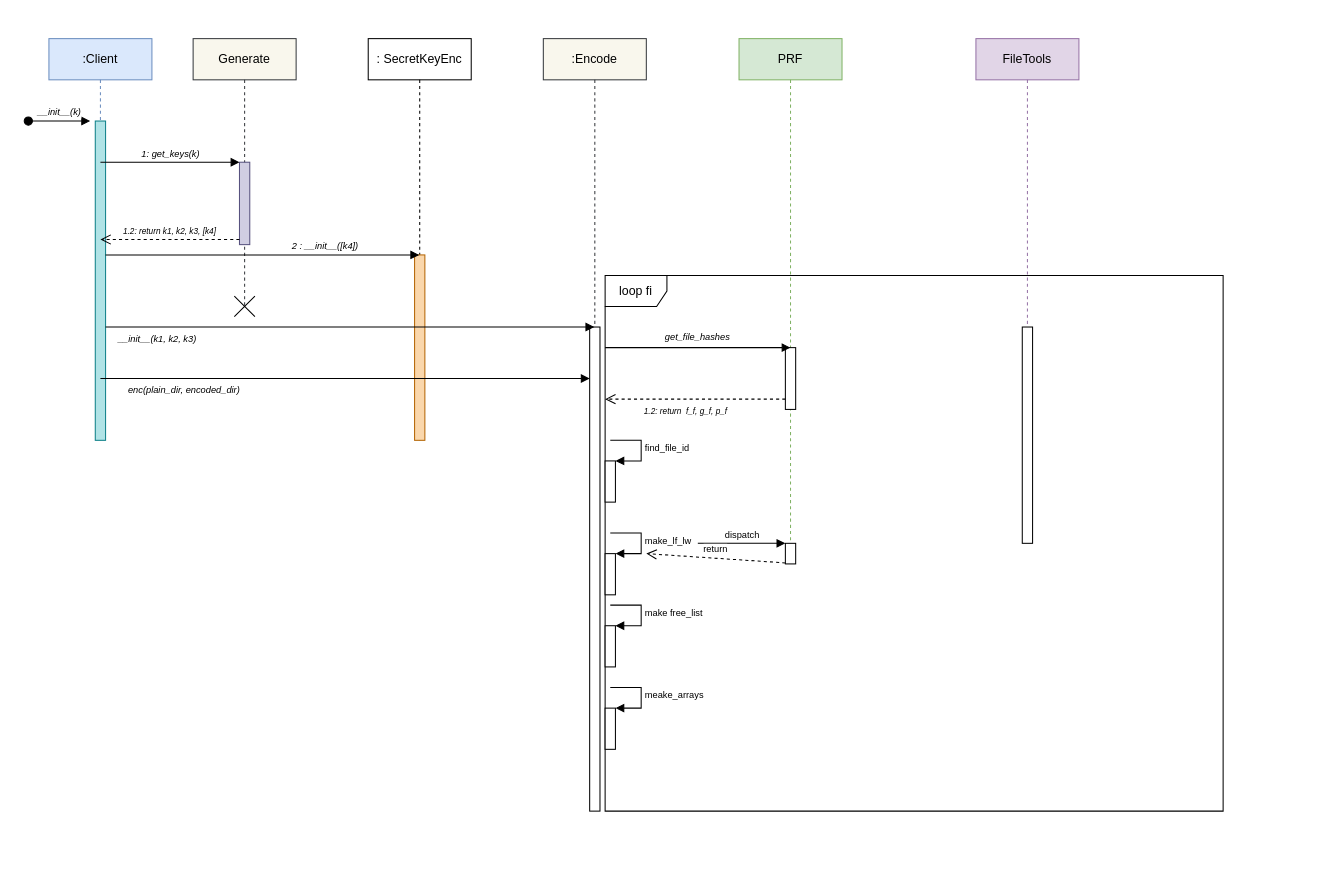
Above: diagrams/client-enc.drawio in thisisel/dynamic-sse (draw.io), before the change. Source tidied: cells renumbered, new cells numbered last; positions are measured from the earlier drawing's top-left corner, leaving out a move shared by most shapes. Both pictures are drawn from the tidied source at 103%, with x=0, y=0 at pixel (28, 38).
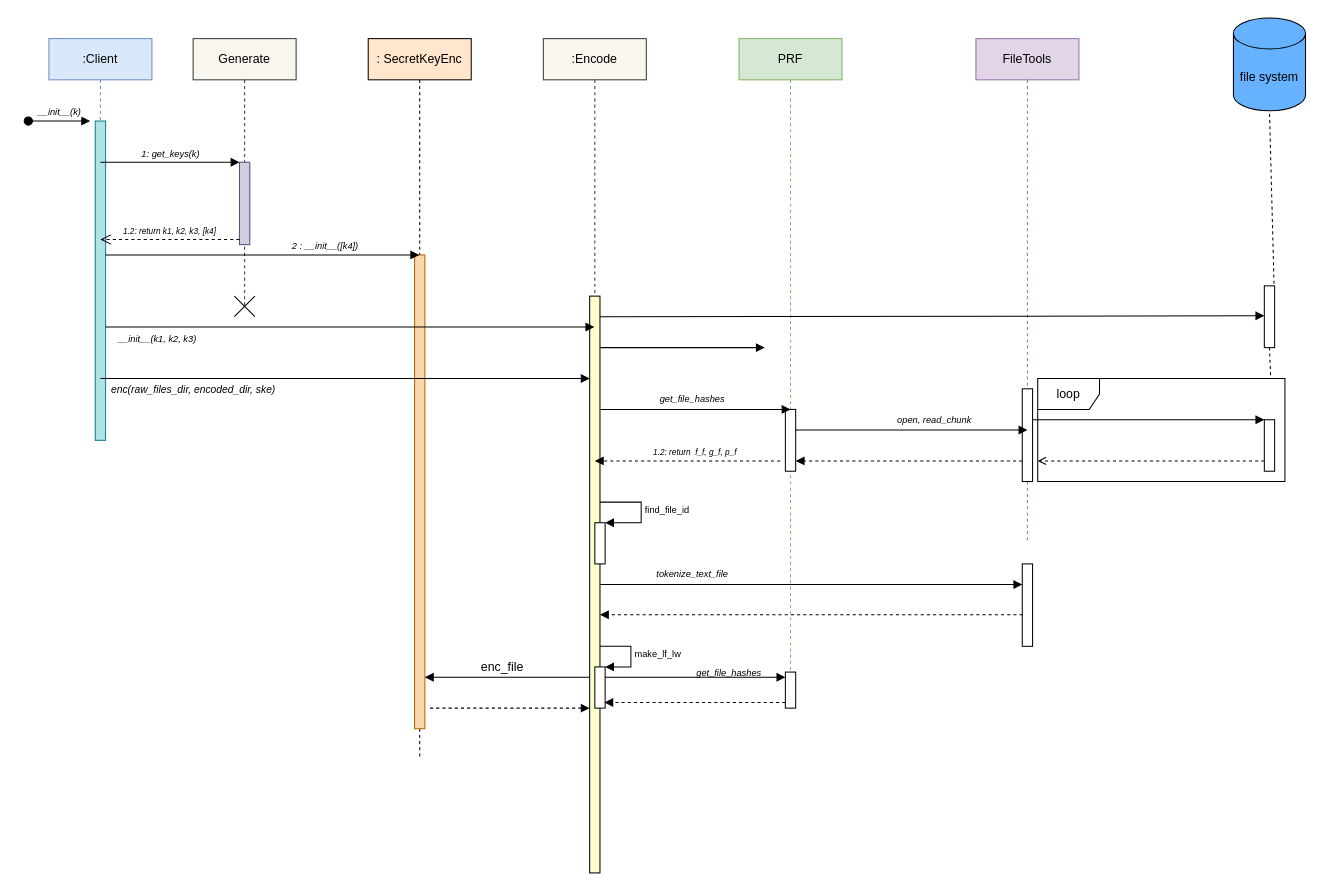
The same page after the edit.

Commit message:
:lipstick: updated enc-sequence diagram

The change refers to these unchanged cells:
```xml
<mxCell id="13" value=":Encode" style="shape=umlLifeline;perimeter=lifelinePerimeter;whiteSpace=wrap;html=1;outlineConnect=0;portConstraint=eastwest;newEdgeStyle={&quot;edgeStyle&quot;:&quot;elbowEdgeStyle&quot;,&quot;elbow&quot;:&quot;vertical&quot;,&quot;curved&quot;:0,&quot;rounded&quot;:0};fillColor=#f9f7ed;strokeColor=#36393d;" parent="1" vertex="1">
  <mxGeometry x="500" width="100" height="750" as="geometry" />
</mxCell>
<mxCell id="18" value="FileTools" style="shape=umlLifeline;perimeter=lifelinePerimeter;whiteSpace=wrap;html=1;newEdgeStyle={&quot;edgeStyle&quot;:&quot;elbowEdgeStyle&quot;,&quot;elbow&quot;:&quot;vertical&quot;,&quot;curved&quot;:0,&quot;rounded&quot;:0};fillColor=#e1d5e7;strokeColor=#9673a6;" parent="1" vertex="1">
  <mxGeometry x="920" width="100" height="490" as="geometry" />
</mxCell>
```

The edit, as a diff of the source:
```diff
@@
-    <mxCell id="2" value="loop fi" style="shape=umlFrame;whiteSpace=wrap;html=1;" parent="1" vertex="1">
-      <mxGeometry x="560" y="230" width="600" height="520" as="geometry" />
-    </mxCell>
+    <mxCell id="36" value="loop" style="shape=umlFrame;whiteSpace=wrap;html=1;" parent="1" vertex="1">
+      <mxGeometry x="980" y="330" width="240" height="100" as="geometry" />
+    </mxCell>
@@
-    <mxCell id="10" value="&lt;font style=&quot;font-size: 12px;&quot;&gt;: SecretKeyEnc&lt;/font&gt;" style="shape=umlLifeline;perimeter=lifelinePerimeter;whiteSpace=wrap;html=1;outlineConnect=0;portConstraint=eastwest;newEdgeStyle={&quot;edgeStyle&quot;:&quot;elbowEdgeStyle&quot;,&quot;elbow&quot;:&quot;vertical&quot;,&quot;curved&quot;:0,&quot;rounded&quot;:0};" parent="1" vertex="1">
-      <mxGeometry x="330" width="100" height="390" as="geometry" />
+    <mxCell id="10" value="&lt;font style=&quot;font-size: 12px;&quot;&gt;: SecretKeyEnc&lt;/font&gt;" style="shape=umlLifeline;perimeter=lifelinePerimeter;whiteSpace=wrap;html=1;outlineConnect=0;portConstraint=eastwest;newEdgeStyle={&quot;edgeStyle&quot;:&quot;elbowEdgeStyle&quot;,&quot;elbow&quot;:&quot;vertical&quot;,&quot;curved&quot;:0,&quot;rounded&quot;:0};fillColor=#FFE6CC;" parent="1" vertex="1">
+      <mxGeometry x="330" width="100" height="700" as="geometry" />
     </mxCell>
     <mxCell id="11" style="html=1;points=[];perimeter=orthogonalPerimeter;outlineConnect=0;targetShapes=umlLifeline;portConstraint=eastwest;newEdgeStyle={&quot;edgeStyle&quot;:&quot;elbowEdgeStyle&quot;,&quot;elbow&quot;:&quot;vertical&quot;,&quot;curved&quot;:0,&quot;rounded&quot;:0};fillColor=#fad7ac;strokeColor=#b46504;" parent="10" vertex="1">
-      <mxGeometry x="45" y="210" width="10" height="180" as="geometry" />
+      <mxGeometry x="45" y="210" width="10" height="460" as="geometry" />
     </mxCell>
@@
-    <mxCell id="14" style="html=1;points=[];perimeter=orthogonalPerimeter;outlineConnect=0;targetShapes=umlLifeline;portConstraint=eastwest;newEdgeStyle={&quot;edgeStyle&quot;:&quot;elbowEdgeStyle&quot;,&quot;elbow&quot;:&quot;vertical&quot;,&quot;curved&quot;:0,&quot;rounded&quot;:0};" parent="13" vertex="1">
-      <mxGeometry x="45" y="280" width="10" height="470" as="geometry" />
+    <mxCell id="14" style="html=1;points=[];perimeter=orthogonalPerimeter;outlineConnect=0;targetShapes=umlLifeline;portConstraint=eastwest;newEdgeStyle={&quot;edgeStyle&quot;:&quot;elbowEdgeStyle&quot;,&quot;elbow&quot;:&quot;vertical&quot;,&quot;curved&quot;:0,&quot;rounded&quot;:0};fillColor=#FFFFCC;" parent="13" vertex="1">
+      <mxGeometry x="45" y="250" width="10" height="560" as="geometry" />
     </mxCell>
@@
-    <mxCell id="17" value="&lt;i&gt;&lt;font style=&quot;font-size: 9px;&quot;&gt;enc(plain_dir, encoded_dir)&lt;/font&gt;&lt;/i&gt;" style="html=1;verticalAlign=bottom;endArrow=block;edgeStyle=elbowEdgeStyle;elbow=vertical;curved=0;rounded=0;" parent="1" edge="1">
-      <mxGeometry x="-0.66" y="-20" relative="1" as="geometry">
+    <mxCell id="17" value="&lt;font size=&quot;1&quot;&gt;&lt;i&gt;enc(raw_files_dir, encoded_dir, ske)&lt;/i&gt;&lt;/font&gt;" style="html=1;verticalAlign=bottom;endArrow=block;edgeStyle=elbowEdgeStyle;elbow=vertical;curved=0;rounded=0;" parent="1" edge="1">
+      <mxGeometry x="-0.62" y="-20" relative="1" as="geometry">
         <mxPoint x="70" y="330" as="sourcePoint" />
         <mxPoint x="545" y="330" as="targetPoint" />
         <Array as="points">
           <mxPoint x="185" y="330" />
         </Array>
       </mxGeometry>
     </mxCell>
@@
     <mxCell id="19" style="html=1;points=[];perimeter=orthogonalPerimeter;outlineConnect=0;targetShapes=umlLifeline;portConstraint=eastwest;newEdgeStyle={&quot;edgeStyle&quot;:&quot;elbowEdgeStyle&quot;,&quot;elbow&quot;:&quot;vertical&quot;,&quot;curved&quot;:0,&quot;rounded&quot;:0};" parent="18" vertex="1">
-      <mxGeometry x="45" y="280" width="10" height="210" as="geometry" />
+      <mxGeometry x="45" y="340" width="10" height="90" as="geometry" />
     </mxCell>
     <mxCell id="20" value="PRF" style="shape=umlLifeline;perimeter=lifelinePerimeter;whiteSpace=wrap;html=1;newEdgeStyle={&quot;edgeStyle&quot;:&quot;elbowEdgeStyle&quot;,&quot;elbow&quot;:&quot;vertical&quot;,&quot;curved&quot;:0,&quot;rounded&quot;:0};fillColor=#d5e8d4;strokeColor=#82b366;" parent="1" vertex="1">
-      <mxGeometry x="690" width="100" height="490" as="geometry" />
+      <mxGeometry x="690" width="100" height="640" as="geometry" />
     </mxCell>
     <mxCell id="21" style="html=1;points=[];perimeter=orthogonalPerimeter;outlineConnect=0;targetShapes=umlLifeline;portConstraint=eastwest;newEdgeStyle={&quot;edgeStyle&quot;:&quot;elbowEdgeStyle&quot;,&quot;elbow&quot;:&quot;vertical&quot;,&quot;curved&quot;:0,&quot;rounded&quot;:0};" parent="20" vertex="1">
-      <mxGeometry x="45" y="300" width="10" height="60" as="geometry" />
+      <mxGeometry x="45" y="360" width="10" height="60" as="geometry" />
     </mxCell>
-    <mxCell id="22" style="html=1;verticalAlign=bottom;labelBackgroundColor=none;endArrow=block;endFill=1;entryX=0.5;entryY=0;entryDx=0;entryDy=0;entryPerimeter=0;" parent="1" edge="1" target="21">
+    <mxCell id="22" style="html=1;verticalAlign=bottom;labelBackgroundColor=none;endArrow=block;endFill=1;entryX=0.5;entryY=0;entryDx=0;entryDy=0;entryPerimeter=0;" parent="1" edge="1" source="14" target="21">
       <mxGeometry relative="1" as="geometry">
-        <mxPoint x="560" y="300" as="sourcePoint" />
+        <Array as="points">
+          <mxPoint x="570" y="360" />
+          <mxPoint x="720" y="360" />
+        </Array>
       </mxGeometry>
     </mxCell>
-    <mxCell id="23" value="&lt;i&gt;&lt;font style=&quot;font-size: 8px;&quot;&gt;1.2: return&amp;nbsp; f_f, g_f, p_f&lt;/font&gt;&lt;/i&gt;" style="html=1;verticalAlign=bottom;endArrow=open;dashed=1;endSize=8;edgeStyle=elbowEdgeStyle;elbow=vertical;curved=0;rounded=0;" parent="1" edge="1" source="21">
-      <mxGeometry x="0.11" y="20" relative="1" as="geometry">
-        <mxPoint x="560" y="350" as="targetPoint" />
-        <Array as="points">
-          <mxPoint x="570" y="350" />
-        </Array>
-      </mxGeometry>
-    </mxCell>
     <mxCell id="24" value="get_file_hashes" style="text;align=center;verticalAlign=middle;dashed=0;fontSize=9;fontStyle=2;" parent="1" vertex="1">
-      <mxGeometry x="580" y="270" width="140" height="40" as="geometry" />
+      <mxGeometry x="575" y="330" width="140" height="40" as="geometry" />
     </mxCell>
     <mxCell id="25" style="html=1;points=[];perimeter=orthogonalPerimeter;fontSize=9;" parent="1" vertex="1">
-      <mxGeometry x="560" y="410" width="10" height="40" as="geometry" />
+      <mxGeometry x="550" y="470" width="10" height="40" as="geometry" />
     </mxCell>
-    <mxCell id="26" value="find_file_id" style="edgeStyle=orthogonalEdgeStyle;html=1;align=left;spacingLeft=2;endArrow=block;rounded=0;entryX=1;entryY=0;fontSize=9;" parent="1" edge="1" target="25">
+    <mxCell id="26" value="find_file_id" style="edgeStyle=orthogonalEdgeStyle;html=1;align=left;spacingLeft=2;endArrow=block;rounded=0;entryX=1;entryY=0;fontSize=9;" parent="1" edge="1" source="14" target="25">
       <mxGeometry relative="1" as="geometry">
-        <mxPoint x="565" y="390" as="sourcePoint" />
         <Array as="points">
-          <mxPoint x="595" y="390" />
+          <mxPoint x="595" y="450" />
+          <mxPoint x="595" y="470" />
         </Array>
       </mxGeometry>
     </mxCell>
     <mxCell id="27" style="html=1;points=[];perimeter=orthogonalPerimeter;fontSize=9;" parent="1" vertex="1">
-      <mxGeometry x="560" y="500" width="10" height="40" as="geometry" />
+      <mxGeometry x="550" y="610" width="10" height="40" as="geometry" />
     </mxCell>
     <mxCell id="28" value="make_lf_lw" style="edgeStyle=orthogonalEdgeStyle;html=1;align=left;spacingLeft=2;endArrow=block;rounded=0;entryX=1;entryY=0;fontSize=9;" parent="1" edge="1" target="27">
       <mxGeometry relative="1" as="geometry">
-        <mxPoint x="565" y="480" as="sourcePoint" />
+        <mxPoint x="555" y="590" as="sourcePoint" />
         <Array as="points">
-          <mxPoint x="595" y="480" />
+          <mxPoint x="585" y="590" />
         </Array>
       </mxGeometry>
     </mxCell>
-    <mxCell id="29" style="html=1;points=[];perimeter=orthogonalPerimeter;fontSize=9;" parent="1" vertex="1">
-      <mxGeometry x="560" y="570" width="10" height="40" as="geometry" />
-    </mxCell>
-    <mxCell id="30" value="make free_list" style="edgeStyle=orthogonalEdgeStyle;html=1;align=left;spacingLeft=2;endArrow=block;rounded=0;entryX=1;entryY=0;fontSize=9;" parent="1" edge="1" target="29">
-      <mxGeometry relative="1" as="geometry">
-        <mxPoint x="565" y="550" as="sourcePoint" />
-        <Array as="points">
-          <mxPoint x="595" y="550" />
-        </Array>
-      </mxGeometry>
-    </mxCell>
-    <mxCell id="31" style="html=1;points=[];perimeter=orthogonalPerimeter;fontSize=9;" parent="1" vertex="1">
-      <mxGeometry x="560" y="650" width="10" height="40" as="geometry" />
-    </mxCell>
-    <mxCell id="32" value="meake_arrays" style="edgeStyle=orthogonalEdgeStyle;html=1;align=left;spacingLeft=2;endArrow=block;rounded=0;entryX=1;entryY=0;fontSize=9;" parent="1" edge="1" target="31">
-      <mxGeometry relative="1" as="geometry">
-        <mxPoint x="565" y="630" as="sourcePoint" />
-        <Array as="points">
-          <mxPoint x="595" y="630" />
-        </Array>
-      </mxGeometry>
-    </mxCell>
-    <mxCell id="33" style="html=1;points=[];perimeter=orthogonalPerimeter;fontSize=9;" parent="1" vertex="1">
-      <mxGeometry x="735" y="490" width="10" height="20" as="geometry" />
-    </mxCell>
-    <mxCell id="34" value="dispatch" style="html=1;verticalAlign=bottom;endArrow=block;entryX=0;entryY=0;fontSize=9;" parent="1" edge="1" target="33">
-      <mxGeometry relative="1" as="geometry">
-        <mxPoint x="650" y="490" as="sourcePoint" />
-      </mxGeometry>
-    </mxCell>
-    <mxCell id="35" value="return" style="html=1;verticalAlign=bottom;endArrow=open;dashed=1;endSize=8;exitX=0;exitY=0.95;fontSize=9;" parent="1" edge="1" source="33">
-      <mxGeometry relative="1" as="geometry">
-        <mxPoint x="600" y="500" as="targetPoint" />
-      </mxGeometry>
-    </mxCell>
+    <mxCell id="37" value="&lt;font style=&quot;font-size: 12px;&quot;&gt;file system&lt;/font&gt;" style="shape=cylinder3;whiteSpace=wrap;html=1;boundedLbl=1;backgroundOutline=1;size=15;fillColor=#66B2FF;" parent="1" vertex="1">
+      <mxGeometry x="1170" y="-20" width="70" height="90" as="geometry" />
+    </mxCell>
+    <mxCell id="38" style="html=1;verticalAlign=bottom;labelBackgroundColor=none;endArrow=block;endFill=1;" parent="1" edge="1" source="19">
+      <mxGeometry relative="1" as="geometry">
+        <mxPoint x="1200" y="370" as="targetPoint" />
+      </mxGeometry>
+    </mxCell>
+    <mxCell id="39" style="endArrow=none;dashed=1;html=1;fontSize=12;entryX=0.5;entryY=1;entryDx=0;entryDy=0;entryPerimeter=0;exitX=0.942;exitY=-0.033;exitDx=0;exitDy=0;exitPerimeter=0;startArrow=none;" parent="1" edge="1" source="60" target="37">
+      <mxGeometry relative="1" as="geometry" />
+    </mxCell>
+    <mxCell id="40" style="html=1;points=[];perimeter=orthogonalPerimeter;outlineConnect=0;targetShapes=umlLifeline;portConstraint=eastwest;newEdgeStyle={&quot;edgeStyle&quot;:&quot;elbowEdgeStyle&quot;,&quot;elbow&quot;:&quot;vertical&quot;,&quot;curved&quot;:0,&quot;rounded&quot;:0};" parent="1" vertex="1">
+      <mxGeometry x="1200" y="370" width="10" height="50" as="geometry" />
+    </mxCell>
+    <mxCell id="41" style="html=1;verticalAlign=bottom;labelBackgroundColor=none;endArrow=open;endFill=0;dashed=1;fontSize=12;" parent="1" edge="1" source="40">
+      <mxGeometry relative="1" as="geometry">
+        <mxPoint x="980" y="410" as="targetPoint" />
+      </mxGeometry>
+    </mxCell>
+    <mxCell id="42" style="html=1;verticalAlign=bottom;labelBackgroundColor=none;endArrow=block;endFill=1;" parent="1" edge="1">
+      <mxGeometry relative="1" as="geometry">
+        <mxPoint x="745" y="380" as="sourcePoint" />
+        <mxPoint x="970" y="380" as="targetPoint" />
+      </mxGeometry>
+    </mxCell>
+    <mxCell id="43" value="open, read_chunk" style="text;align=center;verticalAlign=middle;dashed=0;fontSize=9;fontStyle=2;" parent="1" vertex="1">
+      <mxGeometry x="810" y="350" width="140" height="40" as="geometry" />
+    </mxCell>
+    <mxCell id="44" style="html=1;points=[];perimeter=orthogonalPerimeter;fontSize=12;fillColor=#FFFFFF;" parent="1" vertex="1">
+      <mxGeometry x="965" y="510" width="10" height="80" as="geometry" />
+    </mxCell>
+    <mxCell id="45" style="html=1;verticalAlign=bottom;labelBackgroundColor=none;endArrow=block;endFill=1;" parent="1" edge="1" target="44">
+      <mxGeometry relative="1" as="geometry">
+        <mxPoint x="555" y="530" as="sourcePoint" />
+      </mxGeometry>
+    </mxCell>
+    <mxCell id="46" value="tokenize_text_file" style="text;align=center;verticalAlign=middle;dashed=0;fontSize=9;fontStyle=2;" parent="1" vertex="1">
+      <mxGeometry x="575" y="500" width="140" height="40" as="geometry" />
+    </mxCell>
+    <mxCell id="47" style="html=1;verticalAlign=bottom;labelBackgroundColor=none;endArrow=block;endFill=1;dashed=1;fontSize=12;" parent="1" edge="1" source="19">
+      <mxGeometry relative="1" as="geometry">
+        <mxPoint x="745" y="410" as="targetPoint" />
+      </mxGeometry>
+    </mxCell>
+    <mxCell id="48" style="html=1;verticalAlign=bottom;labelBackgroundColor=none;endArrow=block;endFill=1;dashed=1;fontSize=12;" parent="1" edge="1">
+      <mxGeometry relative="1" as="geometry">
+        <mxPoint x="730" y="410" as="sourcePoint" />
+        <mxPoint x="550" y="410" as="targetPoint" />
+      </mxGeometry>
+    </mxCell>
+    <mxCell id="23" value="&lt;i style=&quot;border-color: var(--border-color); font-size: 11px;&quot;&gt;&lt;font style=&quot;border-color: var(--border-color); font-size: 8px;&quot;&gt;1.2: return&amp;nbsp; f_f, g_f, p_f&lt;/font&gt;&lt;/i&gt;" style="edgeLabel;html=1;align=center;verticalAlign=middle;fontSize=12;" parent="48" vertex="1">
+      <mxGeometry x="0.08" y="-1" relative="1" as="geometry">
+        <mxPoint x="13" y="-9" as="offset" />
+      </mxGeometry>
+    </mxCell>
+    <mxCell id="49" style="html=1;verticalAlign=bottom;labelBackgroundColor=none;endArrow=block;endFill=1;dashed=1;fontSize=12;exitX=0.036;exitY=0.617;exitDx=0;exitDy=0;exitPerimeter=0;" parent="1" edge="1" source="44" target="14">
+      <mxGeometry relative="1" as="geometry" />
+    </mxCell>
+    <mxCell id="50" style="html=1;verticalAlign=bottom;labelBackgroundColor=none;endArrow=block;endFill=1;fontSize=12;" parent="1" edge="1" source="14" target="11">
+      <mxGeometry relative="1" as="geometry">
+        <Array as="points">
+          <mxPoint x="460" y="620" />
+        </Array>
+      </mxGeometry>
+    </mxCell>
+    <mxCell id="51" style="html=1;verticalAlign=bottom;labelBackgroundColor=none;endArrow=block;endFill=1;dashed=1;fontSize=12;" parent="1" edge="1" target="14">
+      <mxGeometry relative="1" as="geometry">
+        <mxPoint x="390" y="650" as="sourcePoint" />
+      </mxGeometry>
+    </mxCell>
+    <mxCell id="52" value="enc_file" style="text;html=1;align=center;verticalAlign=middle;strokeColor=none;fillColor=none;fontSize=12;" parent="1" vertex="1">
+      <mxGeometry x="430" y="595" width="60" height="30" as="geometry" />
+    </mxCell>
+    <mxCell id="53" style="html=1;points=[];perimeter=orthogonalPerimeter;outlineConnect=0;targetShapes=umlLifeline;portConstraint=eastwest;newEdgeStyle={&quot;edgeStyle&quot;:&quot;elbowEdgeStyle&quot;,&quot;elbow&quot;:&quot;vertical&quot;,&quot;curved&quot;:0,&quot;rounded&quot;:0};" parent="1" vertex="1">
+      <mxGeometry x="735" y="615" width="10" height="35" as="geometry" />
+    </mxCell>
+    <mxCell id="54" style="html=1;verticalAlign=bottom;labelBackgroundColor=none;endArrow=block;endFill=1;fontSize=12;" parent="1" edge="1" target="53">
+      <mxGeometry relative="1" as="geometry">
+        <mxPoint x="560" y="620" as="sourcePoint" />
+      </mxGeometry>
+    </mxCell>
+    <mxCell id="55" style="html=1;verticalAlign=bottom;labelBackgroundColor=none;endArrow=block;endFill=1;dashed=1;fontSize=12;entryX=0.926;entryY=0.863;entryDx=0;entryDy=0;entryPerimeter=0;" parent="1" edge="1" source="53" target="27">
+      <mxGeometry relative="1" as="geometry" />
+    </mxCell>
+    <mxCell id="56" value="&lt;span style=&quot;font-size: 9px; font-style: italic;&quot;&gt;get_file_hashes&lt;/span&gt;" style="text;html=1;align=center;verticalAlign=middle;strokeColor=none;fillColor=none;fontSize=12;" parent="1" vertex="1">
+      <mxGeometry x="635" y="600" width="90" height="30" as="geometry" />
+    </mxCell>
+    <mxCell id="57" style="html=1;verticalAlign=bottom;labelBackgroundColor=none;endArrow=block;endFill=1;fontSize=12;" parent="1" edge="1">
+      <mxGeometry relative="1" as="geometry">
+        <mxPoint x="555" y="300" as="sourcePoint" />
+        <mxPoint x="715" y="300" as="targetPoint" />
+      </mxGeometry>
+    </mxCell>
+    <mxCell id="58" style="html=1;verticalAlign=bottom;labelBackgroundColor=none;endArrow=block;endFill=1;fontSize=12;entryX=-0.001;entryY=0.485;entryDx=0;entryDy=0;entryPerimeter=0;" parent="1" edge="1" target="60">
+      <mxGeometry relative="1" as="geometry">
+        <mxPoint x="555" y="270" as="sourcePoint" />
+      </mxGeometry>
+    </mxCell>
+    <mxCell id="59" style="endArrow=none;dashed=1;html=1;fontSize=12;entryX=0.5;entryY=1;entryDx=0;entryDy=0;entryPerimeter=0;exitX=0.942;exitY=-0.033;exitDx=0;exitDy=0;exitPerimeter=0;" parent="1" edge="1" source="36" target="60">
+      <mxGeometry relative="1" as="geometry" />
+    </mxCell>
+    <mxCell id="60" style="html=1;points=[];perimeter=orthogonalPerimeter;fontSize=12;fillColor=#FFFFFF;" parent="1" vertex="1">
+      <mxGeometry x="1200" y="240" width="10" height="60" as="geometry" />
+    </mxCell>
```
